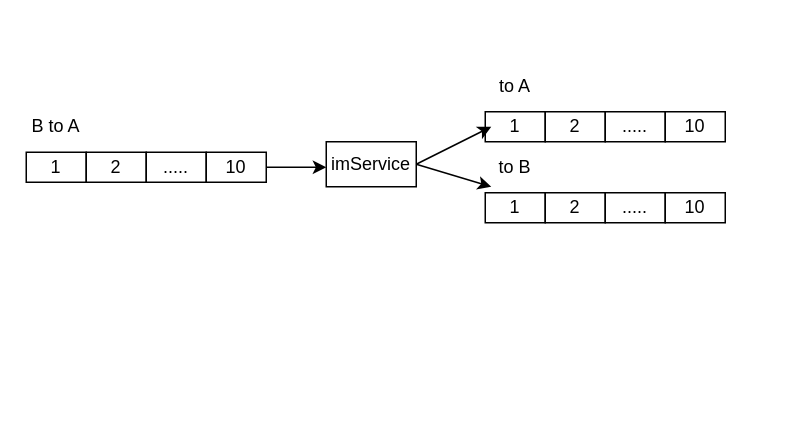
Above: arch/im/singleChat.drawio in zhangchuhu/drawio (draw.io), before the change. Source tidied: cells renumbered, new cells numbered last; positions are measured from the earlier drawing's top-left corner, leaving out a move shared by most shapes. Both pictures are drawn from the tidied source at 150%, with x=0, y=0 at pixel (26, 70).
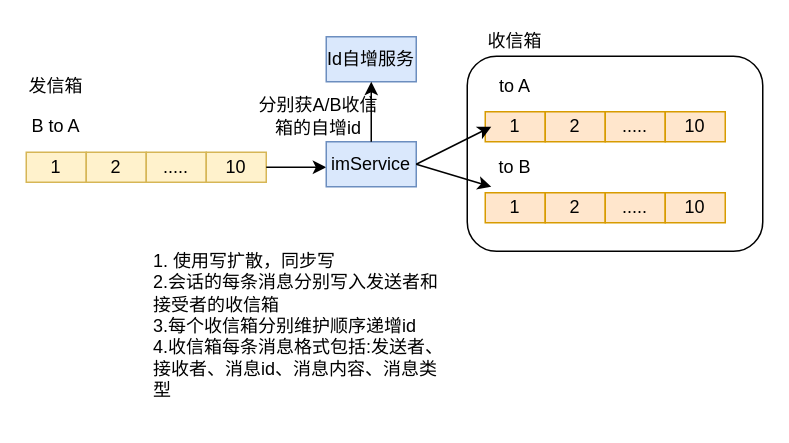
After the change.

Diff of the diagram source:
```diff
@@
+    <mxCell id="21" style="rounded=1;whiteSpace=wrap;html=1;" parent="1" vertex="1">
+      <mxGeometry x="294" y="-10" width="197" height="130" as="geometry" />
+    </mxCell>
-    <mxCell id="2" value="1" style="rounded=0;whiteSpace=wrap;html=1;" parent="1" vertex="1">
+    <mxCell id="2" value="1" style="rounded=0;whiteSpace=wrap;html=1;fillColor=#fff2cc;strokeColor=#d6b656;" parent="1" vertex="1">
       <mxGeometry y="54" width="40" height="20" as="geometry" />
     </mxCell>
-    <mxCell id="3" value="2" style="rounded=0;whiteSpace=wrap;html=1;" parent="1" vertex="1">
+    <mxCell id="3" value="2" style="rounded=0;whiteSpace=wrap;html=1;fillColor=#fff2cc;strokeColor=#d6b656;" parent="1" vertex="1">
       <mxGeometry x="40" y="54" width="40" height="20" as="geometry" />
     </mxCell>
-    <mxCell id="4" value="....." style="rounded=0;whiteSpace=wrap;html=1;" parent="1" vertex="1">
+    <mxCell id="4" value="....." style="rounded=0;whiteSpace=wrap;html=1;fillColor=#fff2cc;strokeColor=#d6b656;" parent="1" vertex="1">
       <mxGeometry x="80" y="54" width="40" height="20" as="geometry" />
     </mxCell>
-    <mxCell id="5" value="10" style="rounded=0;whiteSpace=wrap;html=1;" parent="1" vertex="1">
+    <mxCell id="5" value="10" style="rounded=0;whiteSpace=wrap;html=1;fillColor=#fff2cc;strokeColor=#d6b656;" parent="1" vertex="1">
       <mxGeometry x="120" y="54" width="40" height="20" as="geometry" />
     </mxCell>
@@
-    <mxCell id="7" value="1" style="rounded=0;whiteSpace=wrap;html=1;" parent="1" vertex="1">
+    <mxCell id="7" value="1" style="rounded=0;whiteSpace=wrap;html=1;fillColor=#ffe6cc;strokeColor=#d79b00;" parent="1" vertex="1">
       <mxGeometry x="306" y="27" width="40" height="20" as="geometry" />
     </mxCell>
-    <mxCell id="8" value="2" style="rounded=0;whiteSpace=wrap;html=1;" parent="1" vertex="1">
+    <mxCell id="8" value="2" style="rounded=0;whiteSpace=wrap;html=1;fillColor=#ffe6cc;strokeColor=#d79b00;" parent="1" vertex="1">
       <mxGeometry x="346" y="27" width="40" height="20" as="geometry" />
     </mxCell>
-    <mxCell id="9" value="....." style="rounded=0;whiteSpace=wrap;html=1;" parent="1" vertex="1">
+    <mxCell id="9" value="....." style="rounded=0;whiteSpace=wrap;html=1;fillColor=#ffe6cc;strokeColor=#d79b00;" parent="1" vertex="1">
       <mxGeometry x="386" y="27" width="40" height="20" as="geometry" />
     </mxCell>
-    <mxCell id="10" value="10" style="rounded=0;whiteSpace=wrap;html=1;" parent="1" vertex="1">
+    <mxCell id="10" value="10" style="rounded=0;whiteSpace=wrap;html=1;fillColor=#ffe6cc;strokeColor=#d79b00;" parent="1" vertex="1">
       <mxGeometry x="426" y="27" width="40" height="20" as="geometry" />
     </mxCell>
@@
-    <mxCell id="12" value="1" style="rounded=0;whiteSpace=wrap;html=1;" parent="1" vertex="1">
+    <mxCell id="12" value="1" style="rounded=0;whiteSpace=wrap;html=1;fillColor=#ffe6cc;strokeColor=#d79b00;" parent="1" vertex="1">
       <mxGeometry x="306" y="81" width="40" height="20" as="geometry" />
     </mxCell>
-    <mxCell id="13" value="2" style="rounded=0;whiteSpace=wrap;html=1;" parent="1" vertex="1">
+    <mxCell id="13" value="2" style="rounded=0;whiteSpace=wrap;html=1;fillColor=#ffe6cc;strokeColor=#d79b00;" parent="1" vertex="1">
       <mxGeometry x="346" y="81" width="40" height="20" as="geometry" />
     </mxCell>
-    <mxCell id="14" value="....." style="rounded=0;whiteSpace=wrap;html=1;" parent="1" vertex="1">
+    <mxCell id="14" value="....." style="rounded=0;whiteSpace=wrap;html=1;fillColor=#ffe6cc;strokeColor=#d79b00;" parent="1" vertex="1">
       <mxGeometry x="386" y="81" width="40" height="20" as="geometry" />
     </mxCell>
-    <mxCell id="15" value="10" style="rounded=0;whiteSpace=wrap;html=1;" parent="1" vertex="1">
+    <mxCell id="15" value="10" style="rounded=0;whiteSpace=wrap;html=1;fillColor=#ffe6cc;strokeColor=#d79b00;" parent="1" vertex="1">
       <mxGeometry x="426" y="81" width="40" height="20" as="geometry" />
     </mxCell>
@@
-    <mxCell id="18" value="imService" style="rounded=0;whiteSpace=wrap;html=1;" parent="1" vertex="1">
+    <mxCell id="18" value="imService" style="rounded=0;whiteSpace=wrap;html=1;fillColor=#dae8fc;strokeColor=#6c8ebf;" parent="1" vertex="1">
       <mxGeometry x="200" y="47" width="60" height="30" as="geometry" />
     </mxCell>
@@
+    <mxCell id="22" value="&lt;br&gt;&lt;br&gt;1. 使用写扩散，同步写&lt;br&gt;2.会话的每条消息分别写入发送者和接受者的收信箱&lt;br&gt;3.每个收信箱分别维护顺序递增id&lt;br&gt;4.收信箱每条消息格式包括:发送者、接收者、消息id、消息内容、消息类型" style="text;html=1;strokeColor=none;fillColor=none;spacing=5;spacingTop=-20;whiteSpace=wrap;overflow=hidden;rounded=0;" parent="1" vertex="1">
+      <mxGeometry x="80" y="101" width="203" height="130" as="geometry" />
+    </mxCell>
+    <mxCell id="23" value="Id自增服务" style="rounded=0;whiteSpace=wrap;html=1;fillColor=#dae8fc;strokeColor=#6c8ebf;" parent="1" vertex="1">
+      <mxGeometry x="200" y="-23" width="60" height="30" as="geometry" />
+    </mxCell>
+    <mxCell id="24" value="分别获A/B收信箱的自增id" style="text;html=1;strokeColor=none;fillColor=none;align=center;verticalAlign=middle;whiteSpace=wrap;rounded=0;" parent="1" vertex="1">
+      <mxGeometry x="150" y="20" width="90" height="20" as="geometry" />
+    </mxCell>
+    <mxCell id="25" style="endArrow=classic;html=1;entryX=0.5;entryY=1;entryDx=0;entryDy=0;exitX=0.5;exitY=0;exitDx=0;exitDy=0;" parent="1" edge="1" source="18" target="23">
+      <mxGeometry relative="1" as="geometry" />
+    </mxCell>
+    <mxCell id="26" value="收信箱" style="text;html=1;strokeColor=none;fillColor=none;align=center;verticalAlign=middle;whiteSpace=wrap;rounded=0;" parent="1" vertex="1">
+      <mxGeometry x="306" y="-30" width="40" height="20" as="geometry" />
+    </mxCell>
+    <mxCell id="27" value="发信箱" style="text;html=1;strokeColor=none;fillColor=none;align=center;verticalAlign=middle;whiteSpace=wrap;rounded=0;" parent="1" vertex="1">
+      <mxGeometry width="40" height="20" as="geometry" />
+    </mxCell>
```
